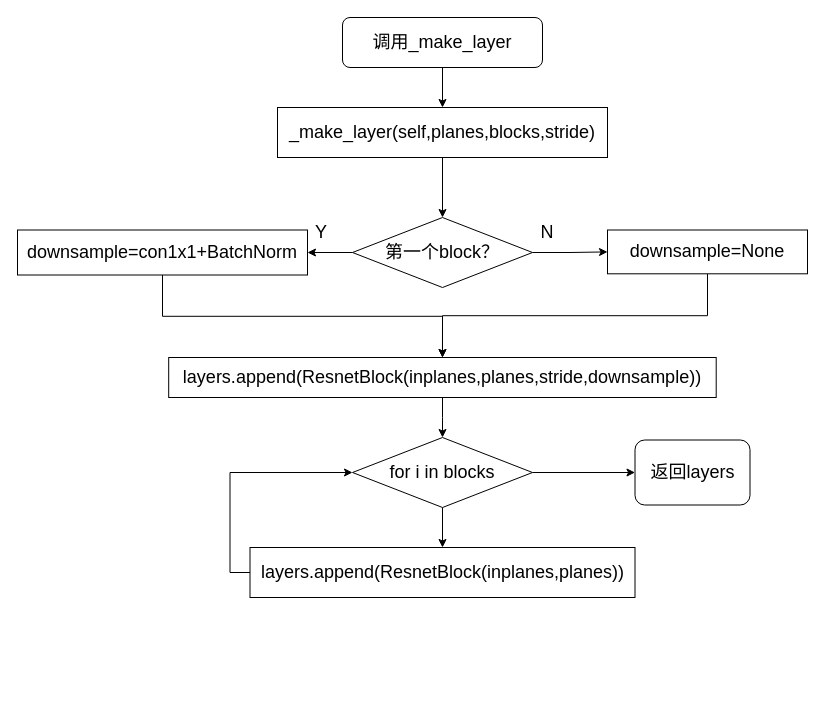
Earlier version of the draw.io diagram thesis_make_layers.drawio (Dong-J93/_pictures). Source tidied: cells renumbered, new cells numbered last; positions are measured from the earlier drawing's top-left corner, leaving out a move shared by most shapes. Both pictures are drawn from the tidied source at 100%, with x=0, y=0 at pixel (17, 17).
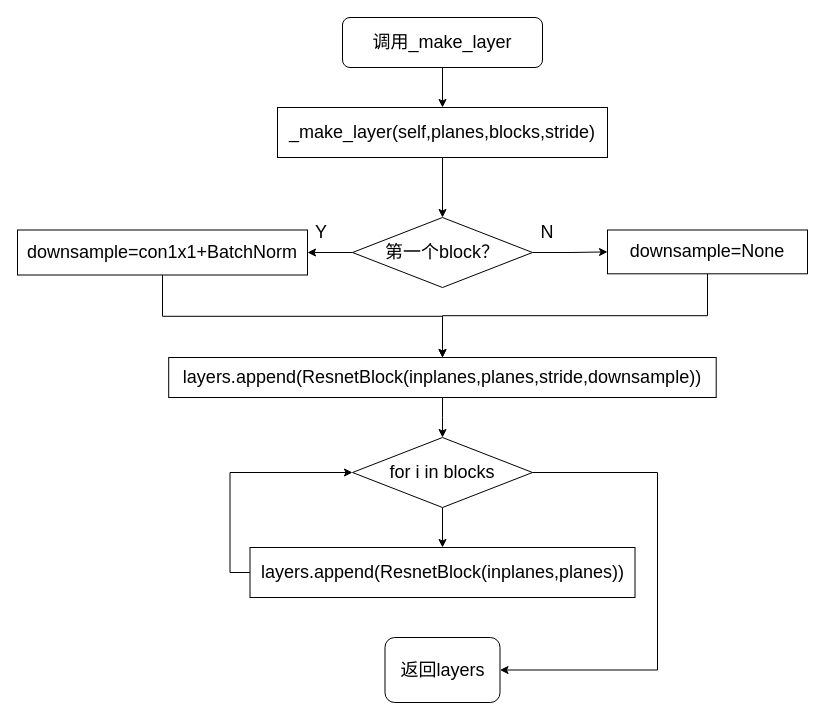
After the change.

Unchanged cells that the change refers to:
```xml
<mxCell id="9" value="&lt;font style=&quot;font-size: 18px;&quot;&gt;for i in blocks&lt;/font&gt;" style="rhombus;whiteSpace=wrap;html=1;" parent="1" vertex="1">
  <mxGeometry x="335" y="420" width="180" height="70" as="geometry" />
</mxCell>
```

Diff of the diagram source:
```diff
@@
-    <mxCell id="8" style="edgeStyle=orthogonalEdgeStyle;rounded=0;jettySize=auto;html=1;" parent="1" edge="1" source="9" target="14">
-      <mxGeometry relative="1" as="geometry" />
+    <mxCell id="8" style="edgeStyle=orthogonalEdgeStyle;rounded=0;jettySize=auto;html=1;exitX=1;exitY=0.5;exitDx=0;exitDy=0;entryX=1;entryY=0.5;entryDx=0;entryDy=0;" parent="1" edge="1" source="9" target="14">
+      <mxGeometry relative="1" as="geometry">
+        <Array as="points">
+          <mxPoint x="640" y="455" />
+          <mxPoint x="640" y="653" />
+        </Array>
+      </mxGeometry>
     </mxCell>
@@
     <mxCell id="14" value="&lt;font style=&quot;font-size: 18px;&quot;&gt;返回layers&lt;/font&gt;" style="rounded=1;whiteSpace=wrap;html=1;" parent="1" vertex="1">
-      <mxGeometry x="617.5" y="422.5" width="115" height="65" as="geometry" />
+      <mxGeometry x="367.5" y="620" width="115" height="65" as="geometry" />
     </mxCell>
```
